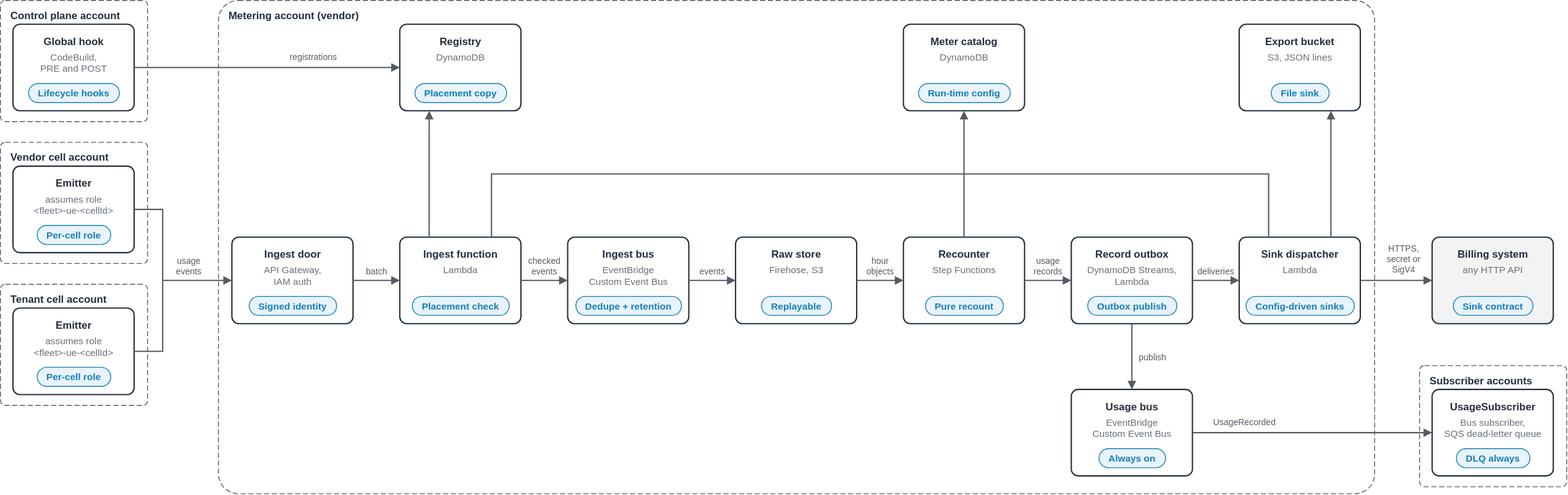
aws-samples/sample-agentic-ai-acceleration-patterns keeps this draw.io diagram as samples/tenant-usage-metering/diagrams/tenant-usage-metering.components.drawio.svg. Above is the earlier version. Source tidied: cells renumbered, new cells last; positions are measured from the earlier drawing's top-left corner, leaving out a move shared by most shapes.
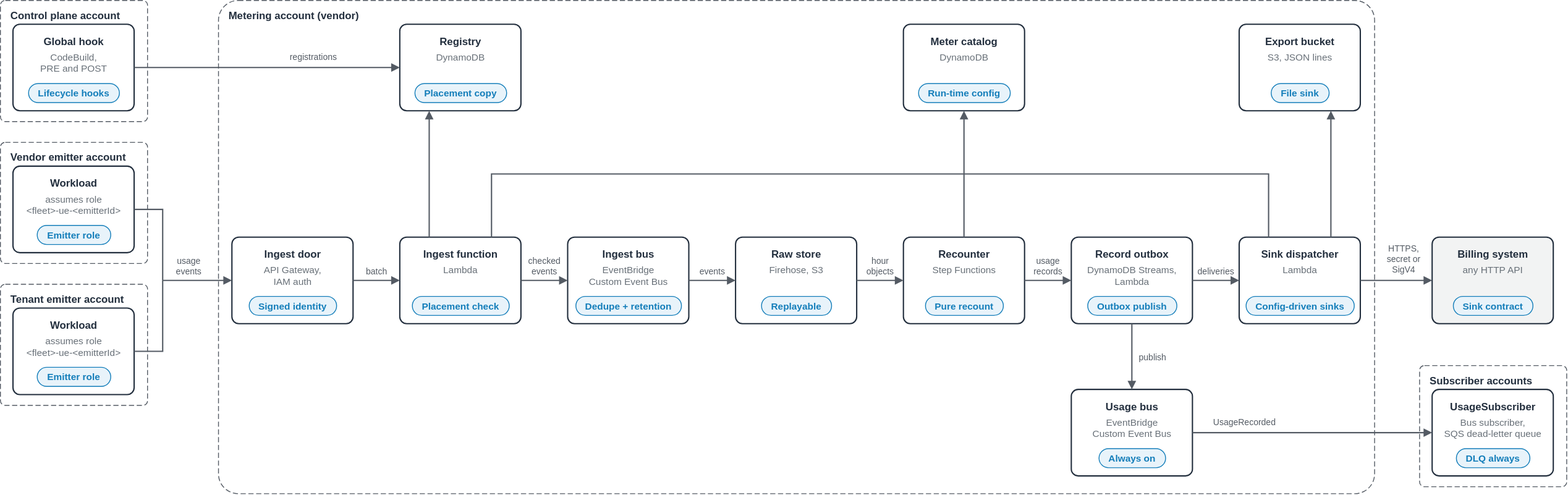
Above is the later version.

Diff of the diagram source:
```diff
@@ -5,10 +5,10 @@
     <mxCell id="2" value="Control plane account" style="rounded=1;arcSize=4;html=0;fontSize=12;fontStyle=1;fontColor=#232F3E;strokeColor=#545B64;dashed=1;dashPattern=6 3;fillColor=none;verticalAlign=top;align=left;spacingLeft=10;spacingTop=4;" parent="1" vertex="1">
       <mxGeometry width="170" height="140" as="geometry" />
     </mxCell>
-    <mxCell id="3" value="Vendor cell account" style="rounded=1;arcSize=4;html=0;fontSize=12;fontStyle=1;fontColor=#232F3E;strokeColor=#545B64;dashed=1;dashPattern=6 3;fillColor=none;verticalAlign=top;align=left;spacingLeft=10;spacingTop=4;" parent="1" vertex="1">
+    <mxCell id="3" value="Vendor emitter account" style="rounded=1;arcSize=4;html=0;fontSize=12;fontStyle=1;fontColor=#232F3E;strokeColor=#545B64;dashed=1;dashPattern=6 3;fillColor=none;verticalAlign=top;align=left;spacingLeft=10;spacingTop=4;" parent="1" vertex="1">
       <mxGeometry y="164" width="170" height="140" as="geometry" />
     </mxCell>
-    <mxCell id="4" value="Tenant cell account" style="rounded=1;arcSize=4;html=0;fontSize=12;fontStyle=1;fontColor=#232F3E;strokeColor=#545B64;dashed=1;dashPattern=6 3;fillColor=none;verticalAlign=top;align=left;spacingLeft=10;spacingTop=4;" parent="1" vertex="1">
+    <mxCell id="4" value="Tenant emitter account" style="rounded=1;arcSize=4;html=0;fontSize=12;fontStyle=1;fontColor=#232F3E;strokeColor=#545B64;dashed=1;dashPattern=6 3;fillColor=none;verticalAlign=top;align=left;spacingLeft=10;spacingTop=4;" parent="1" vertex="1">
       <mxGeometry y="328" width="170" height="140" as="geometry" />
     </mxCell>
     <mxCell id="5" value="Metering account (vendor)" style="rounded=1;arcSize=4;html=0;fontSize=12;fontStyle=1;fontColor=#232F3E;strokeColor=#545B64;dashed=1;dashPattern=6 3;fillColor=none;verticalAlign=top;align=left;spacingLeft=10;spacingTop=4;" parent="1" vertex="1">
@@ -32,25 +32,25 @@
     <mxCell id="11" style="rounded=1;arcSize=8;html=0;fillColor=#FFFFFF;strokeColor=#232F3E;strokeWidth=1.5;" parent="1" vertex="1">
       <mxGeometry x="15" y="192" width="140" height="100" as="geometry" />
     </mxCell>
-    <mxCell id="12" value="Emitter" style="text;html=0;align=center;verticalAlign=top;fontSize=12;fontStyle=1;fontColor=#232F3E;spacing=0;spacingTop=0;" parent="1" vertex="1">
+    <mxCell id="12" value="Workload" style="text;html=0;align=center;verticalAlign=top;fontSize=12;fontStyle=1;fontColor=#232F3E;spacing=0;spacingTop=0;" parent="1" vertex="1">
       <mxGeometry x="19" y="200" width="132" height="18" as="geometry" />
     </mxCell>
-    <mxCell id="13" value="assumes role&#10;&lt;fleet&gt;-ue-&lt;cellId&gt;" style="text;html=0;align=center;verticalAlign=top;fontSize=11;fontStyle=0;fontColor=#687078;spacing=0;spacingTop=0;" parent="1" vertex="1">
+    <mxCell id="13" value="assumes role&#10;&lt;fleet&gt;-ue-&lt;emitterId&gt;" style="text;html=0;align=center;verticalAlign=top;fontSize=11;fontStyle=0;fontColor=#687078;spacing=0;spacingTop=0;" parent="1" vertex="1">
       <mxGeometry x="19" y="219" width="132" height="31" as="geometry" />
     </mxCell>
-    <mxCell id="14" value="Per-cell role" style="rounded=1;arcSize=50;html=0;fontSize=11;fontStyle=1;fontColor=#147EBA;fillColor=#E8F3FA;strokeColor=#147EBA;align=center;verticalAlign=middle;" parent="1" vertex="1">
+    <mxCell id="14" value="Emitter role" style="rounded=1;arcSize=50;html=0;fontSize=11;fontStyle=1;fontColor=#147EBA;fillColor=#E8F3FA;strokeColor=#147EBA;align=center;verticalAlign=middle;" parent="1" vertex="1">
       <mxGeometry x="42.5" y="260" width="85" height="22" as="geometry" />
     </mxCell>
     <mxCell id="15" style="rounded=1;arcSize=8;html=0;fillColor=#FFFFFF;strokeColor=#232F3E;strokeWidth=1.5;" parent="1" vertex="1">
       <mxGeometry x="15" y="356" width="140" height="100" as="geometry" />
     </mxCell>
-    <mxCell id="16" value="Emitter" style="text;html=0;align=center;verticalAlign=top;fontSize=12;fontStyle=1;fontColor=#232F3E;spacing=0;spacingTop=0;" parent="1" vertex="1">
+    <mxCell id="16" value="Workload" style="text;html=0;align=center;verticalAlign=top;fontSize=12;fontStyle=1;fontColor=#232F3E;spacing=0;spacingTop=0;" parent="1" vertex="1">
       <mxGeometry x="19" y="364" width="132" height="18" as="geometry" />
     </mxCell>
-    <mxCell id="17" value="assumes role&#10;&lt;fleet&gt;-ue-&lt;cellId&gt;" style="text;html=0;align=center;verticalAlign=top;fontSize=11;fontStyle=0;fontColor=#687078;spacing=0;spacingTop=0;" parent="1" vertex="1">
+    <mxCell id="17" value="assumes role&#10;&lt;fleet&gt;-ue-&lt;emitterId&gt;" style="text;html=0;align=center;verticalAlign=top;fontSize=11;fontStyle=0;fontColor=#687078;spacing=0;spacingTop=0;" parent="1" vertex="1">
       <mxGeometry x="19" y="383" width="132" height="31" as="geometry" />
     </mxCell>
-    <mxCell id="18" value="Per-cell role" style="rounded=1;arcSize=50;html=0;fontSize=11;fontStyle=1;fontColor=#147EBA;fillColor=#E8F3FA;strokeColor=#147EBA;align=center;verticalAlign=middle;" parent="1" vertex="1">
+    <mxCell id="18" value="Emitter role" style="rounded=1;arcSize=50;html=0;fontSize=11;fontStyle=1;fontColor=#147EBA;fillColor=#E8F3FA;strokeColor=#147EBA;align=center;verticalAlign=middle;" parent="1" vertex="1">
       <mxGeometry x="42.5" y="424" width="85" height="22" as="geometry" />
     </mxCell>
     <mxCell id="19" style="rounded=1;arcSize=8;html=0;fillColor=#FFFFFF;strokeColor=#232F3E;strokeWidth=1.5;" parent="1" vertex="1">
```
